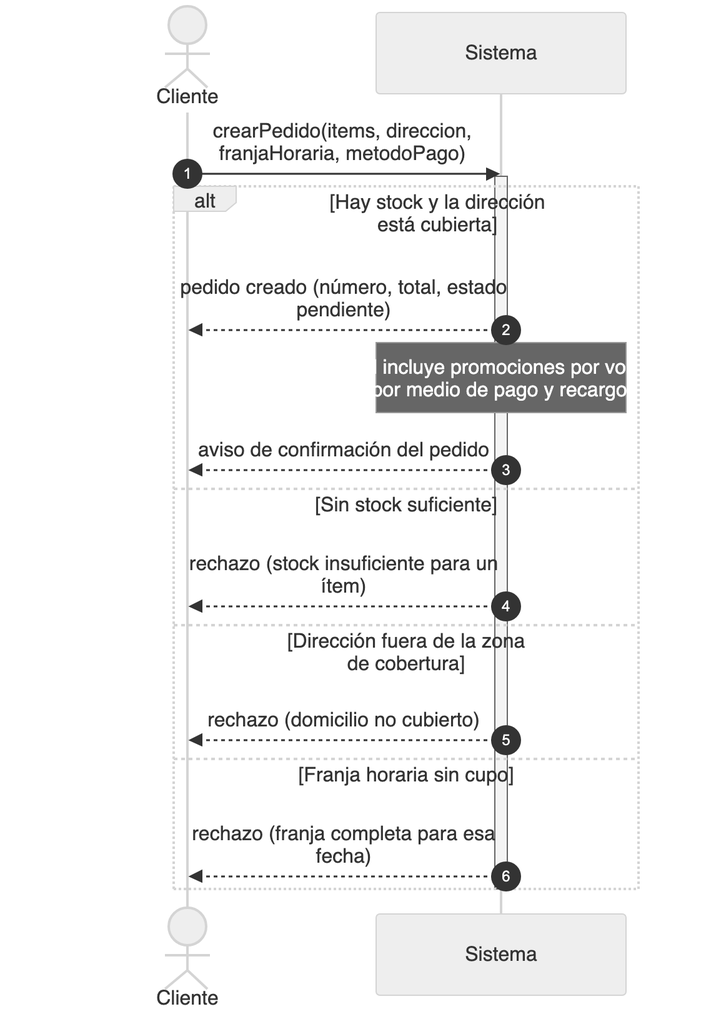
Nahuelito-Dev/splg-docs keeps this Mermaid diagram as diagramas/png/DSS_CU-005_Crear-Pedido.png. Above is the earlier version. Its source is kept beside it as diagramas/DSS_CU-005_Crear-Pedido.mmd.
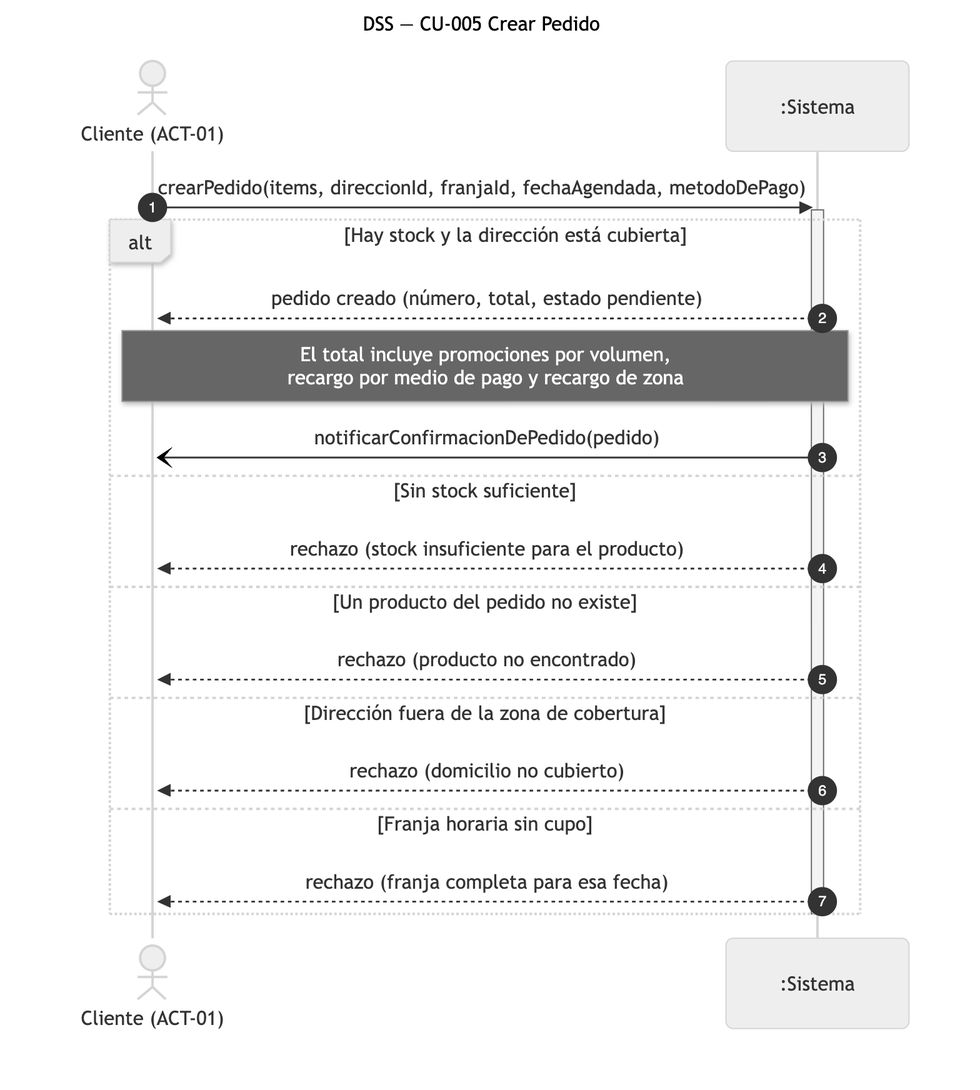
The same diagram one commit later.

Diff of the diagram source:
```diff
@@ -1,15 +1,15 @@
 sequenceDiagram
     title DSS — CU-005 Crear Pedido
     autonumber
-    actor CLI as Cliente
-    participant SIS as Sistema
+    actor CLI as Cliente (ACT-01)
+    participant SIS as :Sistema
 
-    CLI->>SIS: crearPedido(items, direccion, franjaHoraria, metodoPago)
+    CLI->>SIS: crearPedido(items, direccionId, franjaId, fechaAgendada, metodoDePago)
     activate SIS
     alt Hay stock y la dirección está cubierta
         SIS-->>CLI: pedido creado (número, total, estado pendiente)
-        Note over SIS: El total incluye promociones por volumen,<br/>recargo por medio de pago y recargo de zona
-        SIS-->>CLI: aviso de confirmación del pedido
+        Note over CLI,SIS: El total incluye promociones por volumen,<br/>recargo por medio de pago y recargo de zona
+        SIS-)CLI: notificarConfirmacionDePedido(pedido)
     else Sin stock suficiente
         SIS-->>CLI: rechazo (stock insuficiente para el producto)
     else Un producto del pedido no existe
```
